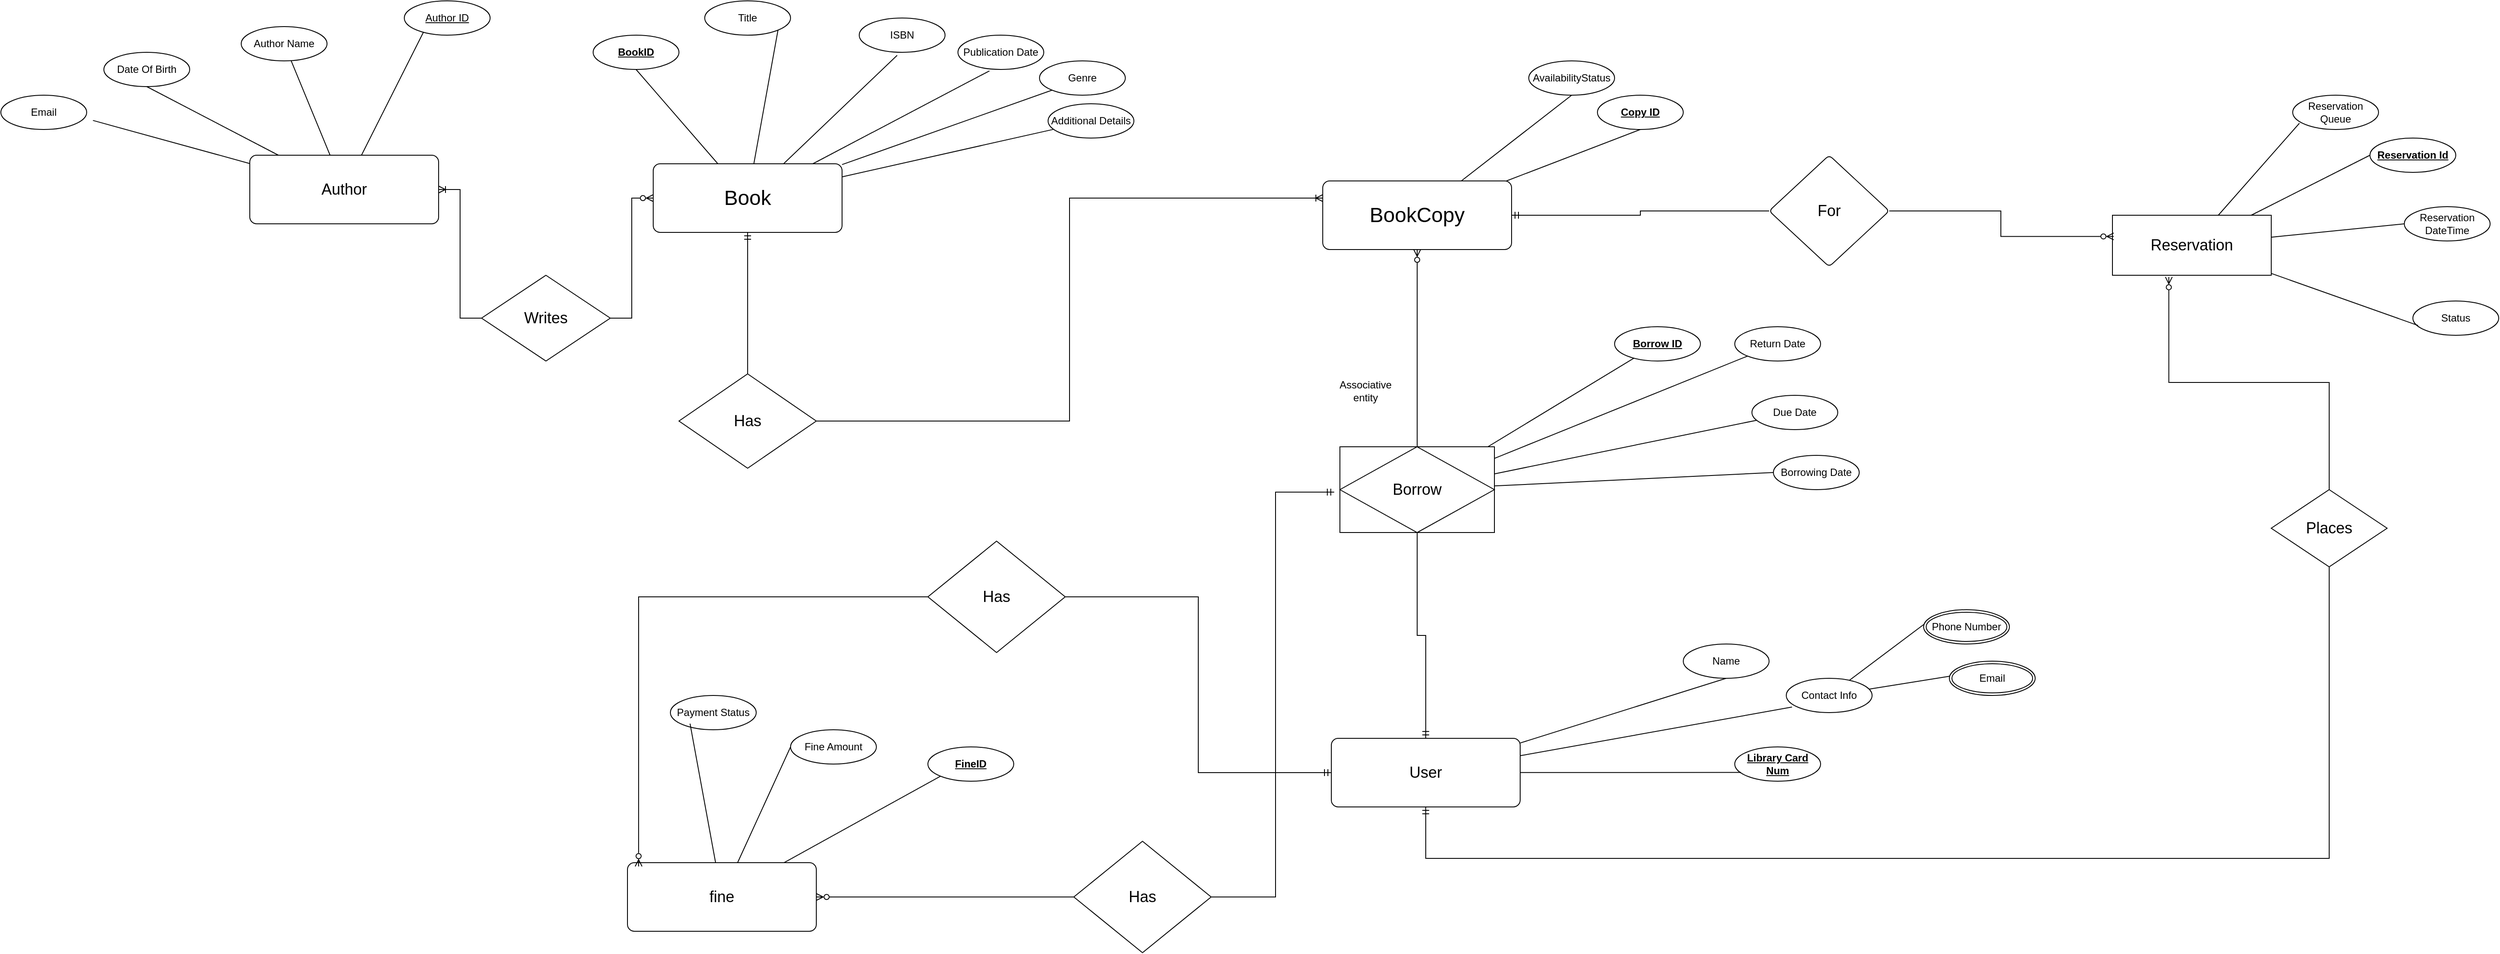
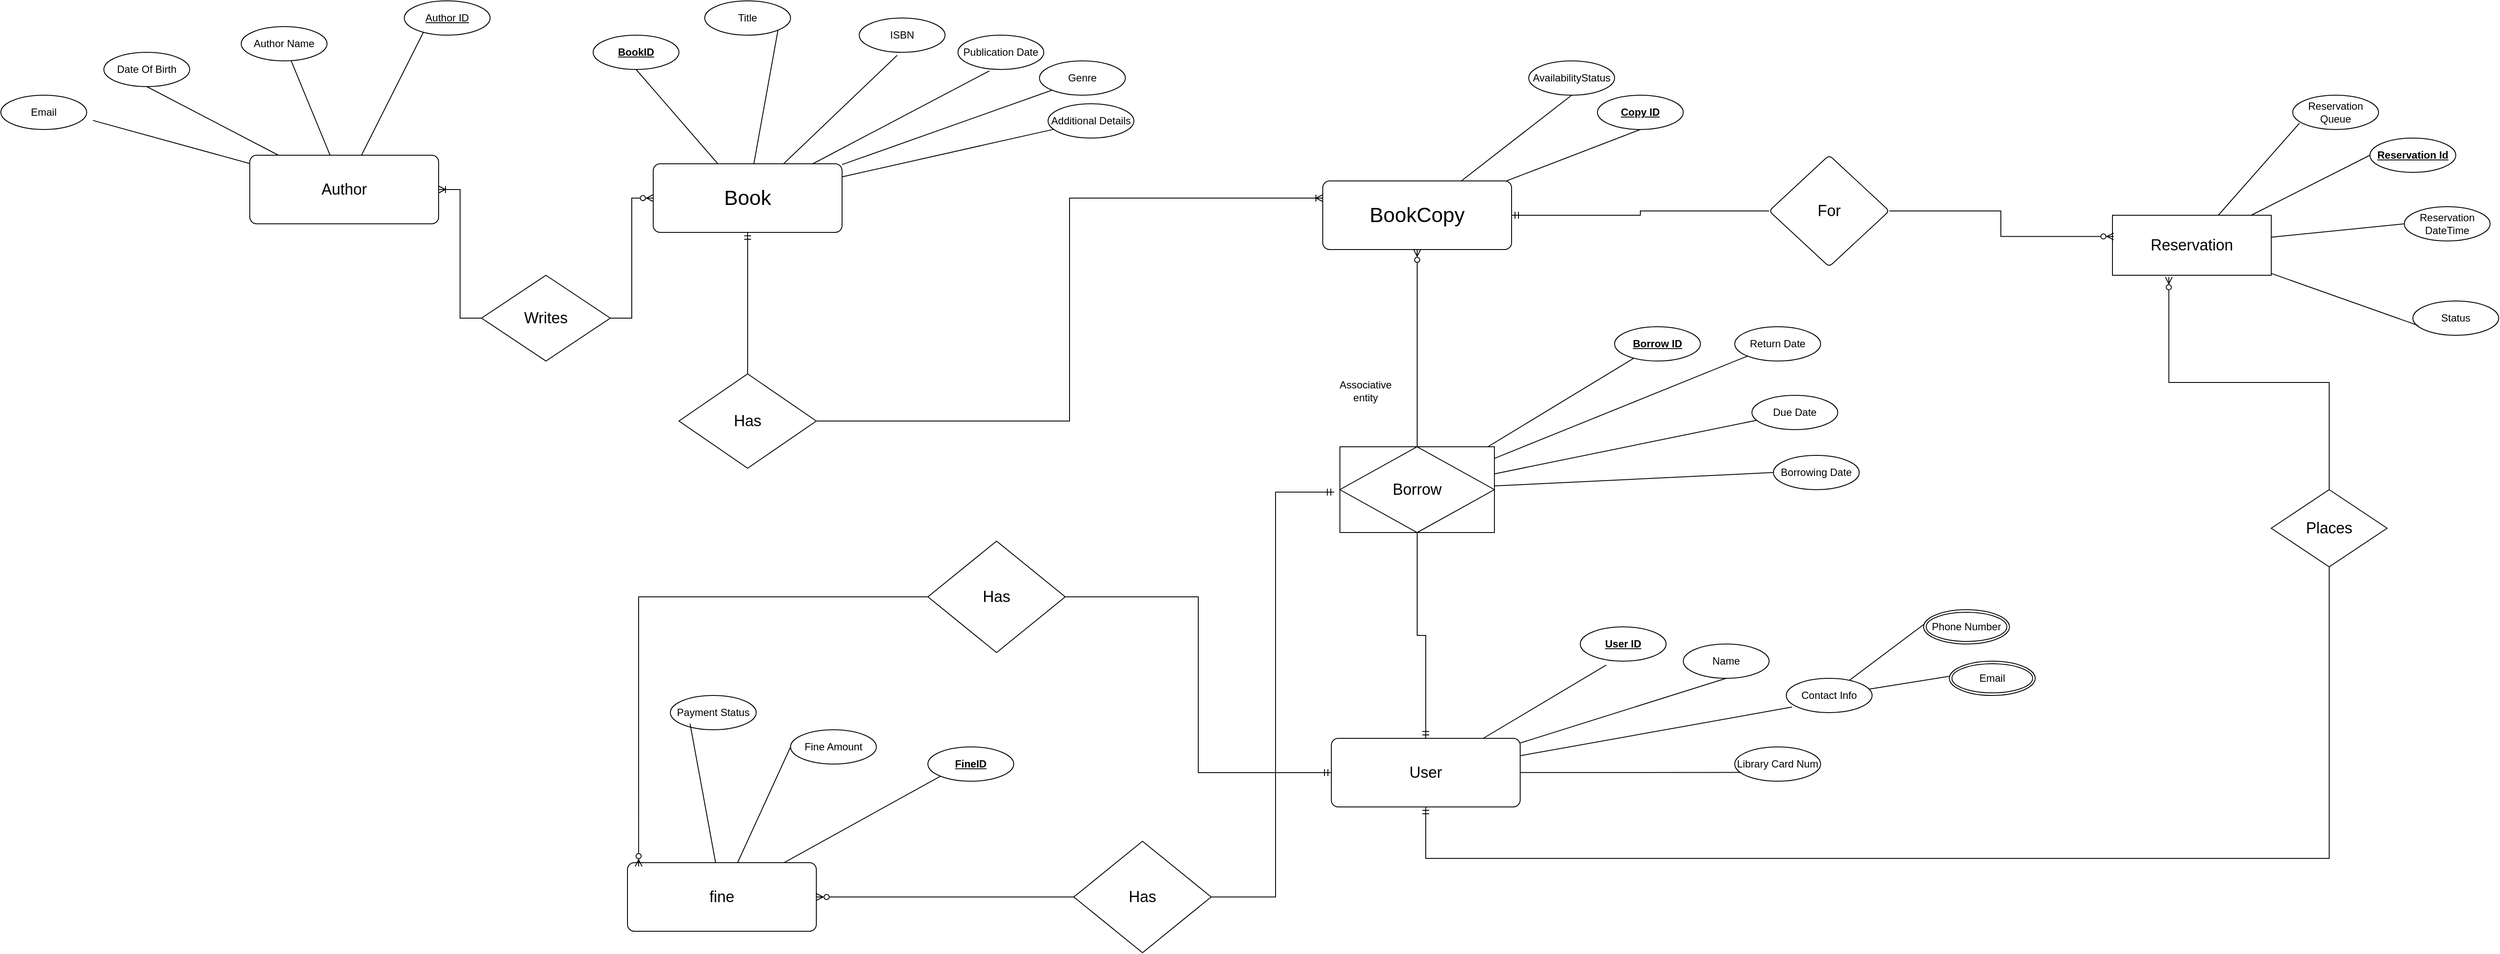
<mxfile host="app.diagrams.net">
  <diagram name="Page-1" id="B9Nwf9ZPLkXmfYra15Gt">
    <mxGraphModel dx="2284" dy="1848" grid="1" gridSize="10" guides="1" tooltips="1" connect="1" arrows="1" fold="1" page="1" pageScale="1" pageWidth="850" pageHeight="1100" math="0" shadow="0">
      <root>
        <mxCell id="0" />
        <mxCell id="1" parent="0" />
        <mxCell id="yqGJgnaFVJ7uCynHO3OM-8" edge="1" parent="1" source="yqGJgnaFVJ7uCynHO3OM-1" style="rounded=0;orthogonalLoop=1;jettySize=auto;html=1;entryX=0.5;entryY=1;entryDx=0;entryDy=0;endArrow=none;endFill=0;" target="yqGJgnaFVJ7uCynHO3OM-7">
          <mxGeometry relative="1" as="geometry" />
        </mxCell>
        <mxCell id="yqGJgnaFVJ7uCynHO3OM-9" edge="1" parent="1" source="yqGJgnaFVJ7uCynHO3OM-1" style="rounded=0;orthogonalLoop=1;jettySize=auto;html=1;entryX=1;entryY=1;entryDx=0;entryDy=0;endArrow=none;endFill=0;" target="yqGJgnaFVJ7uCynHO3OM-6">
          <mxGeometry relative="1" as="geometry" />
        </mxCell>
        <mxCell id="yqGJgnaFVJ7uCynHO3OM-14" edge="1" parent="1" source="yqGJgnaFVJ7uCynHO3OM-1" style="rounded=0;orthogonalLoop=1;jettySize=auto;html=1;entryX=0;entryY=1;entryDx=0;entryDy=0;endArrow=none;endFill=0;" target="yqGJgnaFVJ7uCynHO3OM-5">
          <mxGeometry relative="1" as="geometry" />
        </mxCell>
        <mxCell id="yqGJgnaFVJ7uCynHO3OM-16" edge="1" parent="1" source="yqGJgnaFVJ7uCynHO3OM-1" style="rounded=0;orthogonalLoop=1;jettySize=auto;html=1;endArrow=none;endFill=0;" target="yqGJgnaFVJ7uCynHO3OM-15">
          <mxGeometry relative="1" as="geometry" />
        </mxCell>
        <mxCell id="yqGJgnaFVJ7uCynHO3OM-65" edge="1" parent="1" source="yqGJgnaFVJ7uCynHO3OM-1" style="edgeStyle=orthogonalEdgeStyle;rounded=0;orthogonalLoop=1;jettySize=auto;html=1;startArrow=ERmandOne;startFill=0;endArrow=none;endFill=0;" target="yqGJgnaFVJ7uCynHO3OM-64">
          <mxGeometry relative="1" as="geometry" />
        </mxCell>
        <mxCell id="yqGJgnaFVJ7uCynHO3OM-1" parent="1" style="rounded=1;arcSize=10;whiteSpace=wrap;html=1;align=center;" value="&lt;font style=&quot;font-size: 24px;&quot;&gt;Book&lt;/font&gt;" vertex="1">
          <mxGeometry height="80" width="220" x="-30" y="110" as="geometry" />
        </mxCell>
        <mxCell id="yqGJgnaFVJ7uCynHO3OM-2" parent="1" style="ellipse;whiteSpace=wrap;html=1;align=center;" value="Author Name" vertex="1">
          <mxGeometry height="40" width="100" x="-510" y="-50" as="geometry" />
        </mxCell>
        <mxCell id="yqGJgnaFVJ7uCynHO3OM-3" parent="1" style="ellipse;whiteSpace=wrap;html=1;align=center;" value="ISBN" vertex="1">
          <mxGeometry height="40" width="100" x="210" y="-60" as="geometry" />
        </mxCell>
        <mxCell id="yqGJgnaFVJ7uCynHO3OM-4" parent="1" style="ellipse;whiteSpace=wrap;html=1;align=center;" value="Publication Date" vertex="1">
          <mxGeometry height="40" width="100" x="325" y="-40" as="geometry" />
        </mxCell>
        <mxCell id="yqGJgnaFVJ7uCynHO3OM-5" parent="1" style="ellipse;whiteSpace=wrap;html=1;align=center;" value="Genre" vertex="1">
          <mxGeometry height="40" width="100" x="420" y="-10" as="geometry" />
        </mxCell>
        <mxCell id="yqGJgnaFVJ7uCynHO3OM-6" parent="1" style="ellipse;whiteSpace=wrap;html=1;align=center;" value="Title" vertex="1">
          <mxGeometry height="40" width="100" x="30" y="-80" as="geometry" />
        </mxCell>
        <mxCell id="yqGJgnaFVJ7uCynHO3OM-7" parent="1" style="ellipse;whiteSpace=wrap;html=1;align=center;" value="&lt;b&gt;&lt;u&gt;BookID&lt;/u&gt;&lt;/b&gt;" vertex="1">
          <mxGeometry height="40" width="100" x="-100" y="-40" as="geometry" />
        </mxCell>
        <mxCell id="yqGJgnaFVJ7uCynHO3OM-12" edge="1" parent="1" source="yqGJgnaFVJ7uCynHO3OM-1" style="rounded=0;orthogonalLoop=1;jettySize=auto;html=1;entryX=0.442;entryY=1.088;entryDx=0;entryDy=0;entryPerimeter=0;endArrow=none;endFill=0;" target="yqGJgnaFVJ7uCynHO3OM-3">
          <mxGeometry relative="1" as="geometry" />
        </mxCell>
        <mxCell id="yqGJgnaFVJ7uCynHO3OM-13" edge="1" parent="1" source="yqGJgnaFVJ7uCynHO3OM-1" style="rounded=0;orthogonalLoop=1;jettySize=auto;html=1;entryX=0.367;entryY=1.041;entryDx=0;entryDy=0;entryPerimeter=0;endArrow=none;endFill=0;" target="yqGJgnaFVJ7uCynHO3OM-4">
          <mxGeometry relative="1" as="geometry" />
        </mxCell>
        <mxCell id="yqGJgnaFVJ7uCynHO3OM-15" parent="1" style="ellipse;whiteSpace=wrap;html=1;align=center;" value="&lt;div&gt;Additional Details&lt;/div&gt;" vertex="1">
          <mxGeometry height="40" width="100" x="430" y="40" as="geometry" />
        </mxCell>
        <mxCell id="yqGJgnaFVJ7uCynHO3OM-19" edge="1" parent="1" source="yqGJgnaFVJ7uCynHO3OM-17" style="rounded=0;orthogonalLoop=1;jettySize=auto;html=1;entryX=0.5;entryY=1;entryDx=0;entryDy=0;endArrow=none;endFill=0;" target="yqGJgnaFVJ7uCynHO3OM-18">
          <mxGeometry relative="1" as="geometry" />
        </mxCell>
        <mxCell id="yqGJgnaFVJ7uCynHO3OM-21" edge="1" parent="1" source="yqGJgnaFVJ7uCynHO3OM-17" style="rounded=0;orthogonalLoop=1;jettySize=auto;html=1;entryX=0.5;entryY=1;entryDx=0;entryDy=0;endArrow=none;endFill=0;" target="yqGJgnaFVJ7uCynHO3OM-20">
          <mxGeometry relative="1" as="geometry" />
        </mxCell>
        <mxCell id="yqGJgnaFVJ7uCynHO3OM-77" edge="1" parent="1" source="yqGJgnaFVJ7uCynHO3OM-17" style="edgeStyle=orthogonalEdgeStyle;rounded=0;orthogonalLoop=1;jettySize=auto;html=1;endArrow=none;endFill=0;startArrow=ERmandOne;startFill=0;" target="yqGJgnaFVJ7uCynHO3OM-76" value="">
          <mxGeometry relative="1" as="geometry" />
        </mxCell>
        <mxCell id="yqGJgnaFVJ7uCynHO3OM-17" parent="1" style="rounded=1;arcSize=10;whiteSpace=wrap;html=1;align=center;" value="&lt;font style=&quot;font-size: 24px;&quot;&gt;BookCopy&lt;/font&gt;" vertex="1">
          <mxGeometry height="80" width="220" x="750" y="130" as="geometry" />
        </mxCell>
        <mxCell id="yqGJgnaFVJ7uCynHO3OM-18" parent="1" style="ellipse;whiteSpace=wrap;html=1;align=center;" value="&lt;u&gt;&lt;b&gt;Copy ID&lt;/b&gt;&lt;/u&gt;" vertex="1">
          <mxGeometry height="40" width="100" x="1070" y="30" as="geometry" />
        </mxCell>
        <mxCell id="yqGJgnaFVJ7uCynHO3OM-20" parent="1" style="ellipse;whiteSpace=wrap;html=1;align=center;" value="&lt;div&gt;AvailabilityStatus &lt;/div&gt;" vertex="1">
          <mxGeometry height="40" width="100" x="990" y="-10" as="geometry" />
        </mxCell>
        <mxCell id="yqGJgnaFVJ7uCynHO3OM-24" edge="1" parent="1" source="yqGJgnaFVJ7uCynHO3OM-22" style="rounded=0;orthogonalLoop=1;jettySize=auto;html=1;entryX=0.5;entryY=1;entryDx=0;entryDy=0;endArrow=none;endFill=0;" target="yqGJgnaFVJ7uCynHO3OM-23">
          <mxGeometry relative="1" as="geometry" />
        </mxCell>
        <mxCell id="yqGJgnaFVJ7uCynHO3OM-62" edge="1" parent="1" source="yqGJgnaFVJ7uCynHO3OM-33" style="edgeStyle=orthogonalEdgeStyle;rounded=0;orthogonalLoop=1;jettySize=auto;html=1;entryX=1;entryY=0.5;entryDx=0;entryDy=0;endArrow=none;endFill=0;startArrow=ERmandOne;startFill=0;exitX=-0.037;exitY=0.529;exitDx=0;exitDy=0;exitPerimeter=0;" target="yqGJgnaFVJ7uCynHO3OM-61">
          <mxGeometry relative="1" as="geometry" />
        </mxCell>
        <mxCell id="yqGJgnaFVJ7uCynHO3OM-90" edge="1" parent="1" source="yqGJgnaFVJ7uCynHO3OM-22" style="edgeStyle=orthogonalEdgeStyle;rounded=0;orthogonalLoop=1;jettySize=auto;html=1;entryX=0.5;entryY=1;entryDx=0;entryDy=0;endArrow=none;endFill=0;startArrow=ERmandOne;startFill=0;" target="yqGJgnaFVJ7uCynHO3OM-89">
          <mxGeometry relative="1" as="geometry">
            <Array as="points">
              <mxPoint x="870" y="920" />
              <mxPoint x="1922.55" y="920" />
            </Array>
          </mxGeometry>
        </mxCell>
        <mxCell id="uUi9bw1wtk8PfAUnjRbH-18" edge="1" parent="1" source="yqGJgnaFVJ7uCynHO3OM-22" style="edgeStyle=orthogonalEdgeStyle;rounded=0;orthogonalLoop=1;jettySize=auto;html=1;entryX=1;entryY=0.5;entryDx=0;entryDy=0;endArrow=none;endFill=0;startArrow=ERmandOne;startFill=0;" target="uUi9bw1wtk8PfAUnjRbH-17">
          <mxGeometry relative="1" as="geometry" />
        </mxCell>
        <mxCell id="yqGJgnaFVJ7uCynHO3OM-22" parent="1" style="rounded=1;arcSize=10;whiteSpace=wrap;html=1;align=center;" value="&lt;font style=&quot;font-size: 18px;&quot;&gt;User&lt;/font&gt;" vertex="1">
          <mxGeometry height="80" width="220" x="760" y="780" as="geometry" />
        </mxCell>
        <mxCell id="yqGJgnaFVJ7uCynHO3OM-23" parent="1" style="ellipse;whiteSpace=wrap;html=1;align=center;" value="Name" vertex="1">
          <mxGeometry height="40" width="100" x="1170" y="670" as="geometry" />
        </mxCell>
        <mxCell id="yqGJgnaFVJ7uCynHO3OM-44" edge="1" parent="1" source="yqGJgnaFVJ7uCynHO3OM-26" style="rounded=0;orthogonalLoop=1;jettySize=auto;html=1;endArrow=none;endFill=0;entryX=0.005;entryY=0.425;entryDx=0;entryDy=0;entryPerimeter=0;" target="uUi9bw1wtk8PfAUnjRbH-2" value="">
          <mxGeometry relative="1" as="geometry">
            <mxPoint x="1419.6446614452443" y="658.2676115234988" as="targetPoint" />
          </mxGeometry>
        </mxCell>
        <mxCell id="yqGJgnaFVJ7uCynHO3OM-26" parent="1" style="ellipse;whiteSpace=wrap;html=1;align=center;" value="Contact Info" vertex="1">
          <mxGeometry height="40" width="100" x="1290" y="710" as="geometry" />
        </mxCell>
        <mxCell id="yqGJgnaFVJ7uCynHO3OM-29" edge="1" parent="1" source="yqGJgnaFVJ7uCynHO3OM-22" style="rounded=0;orthogonalLoop=1;jettySize=auto;html=1;entryX=0.067;entryY=0.838;entryDx=0;entryDy=0;entryPerimeter=0;endArrow=none;endFill=0;" target="yqGJgnaFVJ7uCynHO3OM-26">
          <mxGeometry relative="1" as="geometry" />
        </mxCell>
-         <mxCell id="yqGJgnaFVJ7uCynHO3OM-30" parent="1" style="ellipse;whiteSpace=wrap;html=1;align=center;" value="&lt;u&gt;&lt;b&gt;Library Card Num&lt;/b&gt;&lt;/u&gt;" vertex="1">
+         <mxCell id="yqGJgnaFVJ7uCynHO3OM-30" parent="1" style="ellipse;whiteSpace=wrap;html=1;align=center;" value="Library Card Num" vertex="1">
          <mxGeometry height="40" width="100" x="1230" y="790" as="geometry" />
        </mxCell>
        <mxCell id="yqGJgnaFVJ7uCynHO3OM-31" edge="1" parent="1" source="yqGJgnaFVJ7uCynHO3OM-22" style="rounded=0;orthogonalLoop=1;jettySize=auto;html=1;entryX=0.073;entryY=0.744;entryDx=0;entryDy=0;entryPerimeter=0;endArrow=none;endFill=0;" target="yqGJgnaFVJ7uCynHO3OM-30">
          <mxGeometry relative="1" as="geometry" />
        </mxCell>
        <mxCell id="yqGJgnaFVJ7uCynHO3OM-48" edge="1" parent="1" source="yqGJgnaFVJ7uCynHO3OM-33" style="rounded=0;orthogonalLoop=1;jettySize=auto;html=1;endArrow=none;endFill=0;" target="yqGJgnaFVJ7uCynHO3OM-40">
          <mxGeometry relative="1" as="geometry" />
        </mxCell>
        <mxCell id="yqGJgnaFVJ7uCynHO3OM-49" edge="1" parent="1" source="yqGJgnaFVJ7uCynHO3OM-33" style="rounded=0;orthogonalLoop=1;jettySize=auto;html=1;endArrow=none;endFill=0;" target="yqGJgnaFVJ7uCynHO3OM-36">
          <mxGeometry relative="1" as="geometry" />
        </mxCell>
        <mxCell id="uUi9bw1wtk8PfAUnjRbH-9" edge="1" parent="1" source="yqGJgnaFVJ7uCynHO3OM-33" style="rounded=0;orthogonalLoop=1;jettySize=auto;html=1;endArrow=none;endFill=0;" target="uUi9bw1wtk8PfAUnjRbH-8">
          <mxGeometry relative="1" as="geometry" />
        </mxCell>
        <mxCell id="yqGJgnaFVJ7uCynHO3OM-33" parent="1" style="shape=associativeEntity;whiteSpace=wrap;html=1;align=center;" value="&lt;font style=&quot;font-size: 18px;&quot;&gt;Borrow&lt;/font&gt;" vertex="1">
          <mxGeometry height="100" width="180" x="770" y="440" as="geometry" />
        </mxCell>
        <mxCell id="yqGJgnaFVJ7uCynHO3OM-36" parent="1" style="ellipse;whiteSpace=wrap;html=1;align=center;" value="Return Date" vertex="1">
          <mxGeometry height="40" width="100" x="1230" y="300" as="geometry" />
        </mxCell>
        <mxCell id="yqGJgnaFVJ7uCynHO3OM-39" parent="1" style="ellipse;whiteSpace=wrap;html=1;align=center;" value="Borrowing Date" vertex="1">
          <mxGeometry height="40" width="100" x="1275" y="450" as="geometry" />
        </mxCell>
        <mxCell id="yqGJgnaFVJ7uCynHO3OM-40" parent="1" style="ellipse;whiteSpace=wrap;html=1;align=center;" value="Due Date" vertex="1">
          <mxGeometry height="40" width="100" x="1250" y="380" as="geometry" />
        </mxCell>
        <mxCell id="yqGJgnaFVJ7uCynHO3OM-46" edge="1" parent="1" source="yqGJgnaFVJ7uCynHO3OM-26" style="rounded=0;orthogonalLoop=1;jettySize=auto;html=1;entryX=0.063;entryY=0.415;entryDx=0;entryDy=0;entryPerimeter=0;endArrow=none;endFill=0;" target="uUi9bw1wtk8PfAUnjRbH-1">
          <mxGeometry relative="1" as="geometry">
            <mxPoint x="1509.1999999999998" y="696.6399999999999" as="targetPoint" />
          </mxGeometry>
        </mxCell>
        <mxCell id="yqGJgnaFVJ7uCynHO3OM-47" edge="1" parent="1" source="yqGJgnaFVJ7uCynHO3OM-33" style="rounded=0;orthogonalLoop=1;jettySize=auto;html=1;entryX=0;entryY=0.5;entryDx=0;entryDy=0;endArrow=none;endFill=0;" target="yqGJgnaFVJ7uCynHO3OM-39">
          <mxGeometry relative="1" as="geometry" />
        </mxCell>
        <mxCell id="yqGJgnaFVJ7uCynHO3OM-54" edge="1" parent="1" source="yqGJgnaFVJ7uCynHO3OM-50" style="rounded=0;orthogonalLoop=1;jettySize=auto;html=1;entryX=0;entryY=0.5;entryDx=0;entryDy=0;endArrow=none;endFill=0;" target="yqGJgnaFVJ7uCynHO3OM-53">
          <mxGeometry relative="1" as="geometry" />
        </mxCell>
        <mxCell id="yqGJgnaFVJ7uCynHO3OM-87" edge="1" parent="1" source="yqGJgnaFVJ7uCynHO3OM-50" style="rounded=0;orthogonalLoop=1;jettySize=auto;html=1;entryX=0;entryY=1;entryDx=0;entryDy=0;endArrow=none;endFill=0;" target="yqGJgnaFVJ7uCynHO3OM-86">
          <mxGeometry relative="1" as="geometry" />
        </mxCell>
        <mxCell id="yqGJgnaFVJ7uCynHO3OM-50" parent="1" style="rounded=1;arcSize=10;whiteSpace=wrap;html=1;align=center;" value="&lt;font style=&quot;font-size: 18px;&quot;&gt;fine&lt;/font&gt;" vertex="1">
          <mxGeometry height="80" width="220" x="-60" y="925" as="geometry" />
        </mxCell>
        <mxCell id="yqGJgnaFVJ7uCynHO3OM-51" parent="1" style="ellipse;whiteSpace=wrap;html=1;align=center;" value="Payment Status" vertex="1">
          <mxGeometry height="40" width="100" x="-10" y="730" as="geometry" />
        </mxCell>
        <mxCell id="yqGJgnaFVJ7uCynHO3OM-52" edge="1" parent="1" source="yqGJgnaFVJ7uCynHO3OM-50" style="rounded=0;orthogonalLoop=1;jettySize=auto;html=1;entryX=0.229;entryY=0.822;entryDx=0;entryDy=0;entryPerimeter=0;endArrow=none;endFill=0;" target="yqGJgnaFVJ7uCynHO3OM-51">
          <mxGeometry relative="1" as="geometry" />
        </mxCell>
        <mxCell id="yqGJgnaFVJ7uCynHO3OM-53" parent="1" style="ellipse;whiteSpace=wrap;html=1;align=center;" value="Fine Amount" vertex="1">
          <mxGeometry height="40" width="100" x="130" y="770" as="geometry" />
        </mxCell>
        <mxCell id="yqGJgnaFVJ7uCynHO3OM-57" edge="1" parent="1" source="yqGJgnaFVJ7uCynHO3OM-22" style="edgeStyle=orthogonalEdgeStyle;rounded=0;orthogonalLoop=1;jettySize=auto;html=1;entryX=0.5;entryY=1;entryDx=0;entryDy=0;endArrow=none;endFill=0;startArrow=ERmandOne;startFill=0;" target="yqGJgnaFVJ7uCynHO3OM-33">
          <mxGeometry relative="1" as="geometry" />
        </mxCell>
        <mxCell id="yqGJgnaFVJ7uCynHO3OM-59" edge="1" parent="1" source="yqGJgnaFVJ7uCynHO3OM-17" style="edgeStyle=orthogonalEdgeStyle;rounded=0;orthogonalLoop=1;jettySize=auto;html=1;entryX=0.5;entryY=0;entryDx=0;entryDy=0;endArrow=none;endFill=0;startArrow=ERzeroToMany;startFill=0;" target="yqGJgnaFVJ7uCynHO3OM-33">
          <mxGeometry relative="1" as="geometry" />
        </mxCell>
        <mxCell id="yqGJgnaFVJ7uCynHO3OM-63" edge="1" parent="1" source="yqGJgnaFVJ7uCynHO3OM-61" style="edgeStyle=orthogonalEdgeStyle;rounded=0;orthogonalLoop=1;jettySize=auto;html=1;entryX=1;entryY=0.5;entryDx=0;entryDy=0;endArrow=ERzeroToMany;endFill=0;startArrow=none;startFill=0;" target="yqGJgnaFVJ7uCynHO3OM-50">
          <mxGeometry relative="1" as="geometry" />
        </mxCell>
        <mxCell id="yqGJgnaFVJ7uCynHO3OM-61" parent="1" style="shape=rhombus;perimeter=rhombusPerimeter;whiteSpace=wrap;html=1;align=center;" value="&lt;font style=&quot;font-size: 18px;&quot;&gt;Has&lt;/font&gt;" vertex="1">
          <mxGeometry height="130" width="160" x="460" y="900" as="geometry" />
        </mxCell>
        <mxCell id="yqGJgnaFVJ7uCynHO3OM-66" edge="1" parent="1" source="yqGJgnaFVJ7uCynHO3OM-64" style="edgeStyle=orthogonalEdgeStyle;rounded=0;orthogonalLoop=1;jettySize=auto;html=1;entryX=0;entryY=0.25;entryDx=0;entryDy=0;endArrow=ERoneToMany;endFill=0;" target="yqGJgnaFVJ7uCynHO3OM-17">
          <mxGeometry relative="1" as="geometry" />
        </mxCell>
        <mxCell id="yqGJgnaFVJ7uCynHO3OM-64" parent="1" style="shape=rhombus;perimeter=rhombusPerimeter;whiteSpace=wrap;html=1;align=center;" value="&lt;font style=&quot;font-size: 18px;&quot;&gt;Has&lt;/font&gt;" vertex="1">
          <mxGeometry height="110" width="160" y="355" as="geometry" />
        </mxCell>
        <mxCell id="yqGJgnaFVJ7uCynHO3OM-70" edge="1" parent="1" source="yqGJgnaFVJ7uCynHO3OM-68" style="rounded=0;orthogonalLoop=1;jettySize=auto;html=1;entryX=0;entryY=0.5;entryDx=0;entryDy=0;endArrow=none;endFill=0;" target="yqGJgnaFVJ7uCynHO3OM-69">
          <mxGeometry relative="1" as="geometry" />
        </mxCell>
        <mxCell id="yqGJgnaFVJ7uCynHO3OM-68" parent="1" style="whiteSpace=wrap;html=1;" value="&lt;font style=&quot;font-size: 18px;&quot;&gt;Reservation&lt;/font&gt;" vertex="1">
          <mxGeometry height="70" width="185" x="1670" y="170" as="geometry" />
        </mxCell>
        <mxCell id="yqGJgnaFVJ7uCynHO3OM-69" parent="1" style="ellipse;whiteSpace=wrap;html=1;align=center;" value="&lt;b&gt;&lt;u&gt;Reservation Id&lt;/u&gt;&lt;/b&gt;" vertex="1">
          <mxGeometry height="40" width="100" x="1970" y="80" as="geometry" />
        </mxCell>
        <mxCell id="yqGJgnaFVJ7uCynHO3OM-71" parent="1" style="ellipse;whiteSpace=wrap;html=1;align=center;" value="Reservation DateTime" vertex="1">
          <mxGeometry height="40" width="100" x="2010" y="160" as="geometry" />
        </mxCell>
        <mxCell id="yqGJgnaFVJ7uCynHO3OM-72" edge="1" parent="1" source="yqGJgnaFVJ7uCynHO3OM-68" style="rounded=0;orthogonalLoop=1;jettySize=auto;html=1;entryX=0;entryY=0.5;entryDx=0;entryDy=0;endArrow=none;endFill=0;" target="yqGJgnaFVJ7uCynHO3OM-71">
          <mxGeometry relative="1" as="geometry" />
        </mxCell>
        <mxCell id="yqGJgnaFVJ7uCynHO3OM-74" parent="1" style="ellipse;whiteSpace=wrap;html=1;align=center;" value="Status" vertex="1">
          <mxGeometry height="40" width="100" x="2020" y="270" as="geometry" />
        </mxCell>
        <mxCell id="yqGJgnaFVJ7uCynHO3OM-75" edge="1" parent="1" source="yqGJgnaFVJ7uCynHO3OM-68" style="rounded=0;orthogonalLoop=1;jettySize=auto;html=1;entryX=0.061;entryY=0.714;entryDx=0;entryDy=0;entryPerimeter=0;endArrow=none;endFill=0;" target="yqGJgnaFVJ7uCynHO3OM-74">
          <mxGeometry relative="1" as="geometry" />
        </mxCell>
        <mxCell id="yqGJgnaFVJ7uCynHO3OM-76" parent="1" style="rhombus;whiteSpace=wrap;html=1;rounded=1;arcSize=10;" value="&lt;font style=&quot;font-size: 18px;&quot;&gt;For&lt;/font&gt;" vertex="1">
          <mxGeometry height="130" width="140" x="1270" y="100" as="geometry" />
        </mxCell>
        <mxCell id="yqGJgnaFVJ7uCynHO3OM-78" edge="1" parent="1" source="yqGJgnaFVJ7uCynHO3OM-76" style="edgeStyle=orthogonalEdgeStyle;rounded=0;orthogonalLoop=1;jettySize=auto;html=1;entryX=0.008;entryY=0.353;entryDx=0;entryDy=0;entryPerimeter=0;endArrow=ERzeroToMany;endFill=0;" target="yqGJgnaFVJ7uCynHO3OM-68">
          <mxGeometry relative="1" as="geometry" />
        </mxCell>
        <mxCell id="yqGJgnaFVJ7uCynHO3OM-80" edge="1" parent="1" source="yqGJgnaFVJ7uCynHO3OM-79" style="rounded=0;orthogonalLoop=1;jettySize=auto;html=1;endArrow=none;endFill=0;" target="yqGJgnaFVJ7uCynHO3OM-2">
          <mxGeometry relative="1" as="geometry" />
        </mxCell>
        <mxCell id="yqGJgnaFVJ7uCynHO3OM-84" edge="1" parent="1" source="yqGJgnaFVJ7uCynHO3OM-79" style="edgeStyle=orthogonalEdgeStyle;rounded=0;orthogonalLoop=1;jettySize=auto;html=1;entryX=0;entryY=0.5;entryDx=0;entryDy=0;endArrow=none;endFill=0;startArrow=ERoneToMany;startFill=0;" target="yqGJgnaFVJ7uCynHO3OM-83">
          <mxGeometry relative="1" as="geometry" />
        </mxCell>
        <mxCell id="uUi9bw1wtk8PfAUnjRbH-12" edge="1" parent="1" source="yqGJgnaFVJ7uCynHO3OM-79" style="rounded=0;orthogonalLoop=1;jettySize=auto;html=1;entryX=0.5;entryY=1;entryDx=0;entryDy=0;endArrow=none;endFill=0;" target="uUi9bw1wtk8PfAUnjRbH-11">
          <mxGeometry relative="1" as="geometry" />
        </mxCell>
        <mxCell id="yqGJgnaFVJ7uCynHO3OM-79" parent="1" style="rounded=1;arcSize=10;whiteSpace=wrap;html=1;align=center;" value="&lt;font style=&quot;font-size: 18px;&quot;&gt;Author&lt;/font&gt;" vertex="1">
          <mxGeometry height="80" width="220" x="-500" y="100" as="geometry" />
        </mxCell>
        <mxCell id="yqGJgnaFVJ7uCynHO3OM-81" parent="1" style="ellipse;whiteSpace=wrap;html=1;align=center;" value="&lt;u&gt;Author ID&lt;/u&gt;" vertex="1">
          <mxGeometry height="40" width="100" x="-320" y="-80" as="geometry" />
        </mxCell>
        <mxCell id="yqGJgnaFVJ7uCynHO3OM-82" edge="1" parent="1" source="yqGJgnaFVJ7uCynHO3OM-79" style="rounded=0;orthogonalLoop=1;jettySize=auto;html=1;entryX=0.222;entryY=0.918;entryDx=0;entryDy=0;entryPerimeter=0;endArrow=none;endFill=0;" target="yqGJgnaFVJ7uCynHO3OM-81">
          <mxGeometry relative="1" as="geometry" />
        </mxCell>
        <mxCell id="yqGJgnaFVJ7uCynHO3OM-85" edge="1" parent="1" source="yqGJgnaFVJ7uCynHO3OM-83" style="edgeStyle=orthogonalEdgeStyle;rounded=0;orthogonalLoop=1;jettySize=auto;html=1;entryX=0;entryY=0.5;entryDx=0;entryDy=0;endArrow=ERzeroToMany;endFill=0;" target="yqGJgnaFVJ7uCynHO3OM-1">
          <mxGeometry relative="1" as="geometry" />
        </mxCell>
        <mxCell id="yqGJgnaFVJ7uCynHO3OM-83" parent="1" style="shape=rhombus;perimeter=rhombusPerimeter;whiteSpace=wrap;html=1;align=center;" value="&lt;font style=&quot;font-size: 18px;&quot;&gt;Writes&lt;/font&gt;" vertex="1">
          <mxGeometry height="100" width="150" x="-230" y="240" as="geometry" />
        </mxCell>
        <mxCell id="yqGJgnaFVJ7uCynHO3OM-86" parent="1" style="ellipse;whiteSpace=wrap;html=1;align=center;" value="&lt;b&gt;&lt;u&gt;FineID&lt;/u&gt;&lt;/b&gt;" vertex="1">
          <mxGeometry height="40" width="100" x="290" y="790" as="geometry" />
        </mxCell>
        <mxCell id="yqGJgnaFVJ7uCynHO3OM-89" parent="1" style="shape=rhombus;perimeter=rhombusPerimeter;whiteSpace=wrap;html=1;align=center;" value="&lt;font style=&quot;font-size: 18px;&quot;&gt;Places&lt;/font&gt;" vertex="1">
          <mxGeometry height="90" width="135" x="1855" y="490" as="geometry" />
        </mxCell>
        <mxCell id="yqGJgnaFVJ7uCynHO3OM-91" edge="1" parent="1" source="yqGJgnaFVJ7uCynHO3OM-89" style="edgeStyle=orthogonalEdgeStyle;rounded=0;orthogonalLoop=1;jettySize=auto;html=1;entryX=0.355;entryY=1.028;entryDx=0;entryDy=0;entryPerimeter=0;endArrow=ERzeroToMany;endFill=0;startArrow=none;startFill=0;" target="yqGJgnaFVJ7uCynHO3OM-68">
          <mxGeometry relative="1" as="geometry" />
        </mxCell>
        <mxCell id="uUi9bw1wtk8PfAUnjRbH-1" parent="1" style="ellipse;shape=doubleEllipse;margin=3;whiteSpace=wrap;html=1;align=center;" value="Email" vertex="1">
          <mxGeometry height="40" width="100" x="1480" y="690" as="geometry" />
        </mxCell>
        <mxCell id="uUi9bw1wtk8PfAUnjRbH-2" parent="1" style="ellipse;shape=doubleEllipse;margin=3;whiteSpace=wrap;html=1;align=center;" value="Phone Number" vertex="1">
          <mxGeometry height="40" width="100" x="1450" y="630" as="geometry" />
        </mxCell>
        <mxCell id="uUi9bw1wtk8PfAUnjRbH-3" parent="1" style="ellipse;whiteSpace=wrap;html=1;align=center;" value="Reservation Queue" vertex="1">
          <mxGeometry height="40" width="100" x="1880" y="30" as="geometry" />
        </mxCell>
        <mxCell id="uUi9bw1wtk8PfAUnjRbH-4" edge="1" parent="1" source="yqGJgnaFVJ7uCynHO3OM-68" style="rounded=0;orthogonalLoop=1;jettySize=auto;html=1;entryX=0.078;entryY=0.819;entryDx=0;entryDy=0;entryPerimeter=0;endArrow=none;endFill=0;" target="uUi9bw1wtk8PfAUnjRbH-3">
          <mxGeometry relative="1" as="geometry" />
        </mxCell>
        <mxCell id="uUi9bw1wtk8PfAUnjRbH-8" parent="1" style="ellipse;whiteSpace=wrap;html=1;align=center;" value="&lt;b&gt;&lt;u&gt;Borrow ID&lt;/u&gt;&lt;/b&gt;" vertex="1">
          <mxGeometry height="40" width="100" x="1090" y="300" as="geometry" />
        </mxCell>
        <mxCell id="uUi9bw1wtk8PfAUnjRbH-10" parent="1" style="text;html=1;whiteSpace=wrap;strokeColor=none;fillColor=none;align=center;verticalAlign=middle;rounded=0;" value="Associative entity" vertex="1">
          <mxGeometry height="30" width="60" x="770" y="360" as="geometry" />
        </mxCell>
        <mxCell id="uUi9bw1wtk8PfAUnjRbH-11" parent="1" style="ellipse;whiteSpace=wrap;html=1;align=center;" value="Date Of Birth" vertex="1">
          <mxGeometry height="40" width="100" x="-670" y="-20" as="geometry" />
        </mxCell>
        <mxCell id="uUi9bw1wtk8PfAUnjRbH-13" parent="1" style="ellipse;whiteSpace=wrap;html=1;align=center;" value="Email" vertex="1">
          <mxGeometry height="40" width="100" x="-790" y="30" as="geometry" />
        </mxCell>
        <mxCell id="uUi9bw1wtk8PfAUnjRbH-14" edge="1" parent="1" source="yqGJgnaFVJ7uCynHO3OM-79" style="rounded=0;orthogonalLoop=1;jettySize=auto;html=1;entryX=1.073;entryY=0.736;entryDx=0;entryDy=0;entryPerimeter=0;endArrow=none;endFill=0;" target="uUi9bw1wtk8PfAUnjRbH-13">
          <mxGeometry relative="1" as="geometry" />
        </mxCell>
        <mxCell id="uUi9bw1wtk8PfAUnjRbH-17" parent="1" style="shape=rhombus;perimeter=rhombusPerimeter;whiteSpace=wrap;html=1;align=center;" value="&lt;font style=&quot;font-size: 18px;&quot;&gt;Has&lt;/font&gt;" vertex="1">
          <mxGeometry height="130" width="160" x="290" y="550" as="geometry" />
        </mxCell>
        <mxCell id="uUi9bw1wtk8PfAUnjRbH-19" edge="1" parent="1" source="uUi9bw1wtk8PfAUnjRbH-17" style="edgeStyle=orthogonalEdgeStyle;rounded=0;orthogonalLoop=1;jettySize=auto;html=1;entryX=0.059;entryY=0.055;entryDx=0;entryDy=0;entryPerimeter=0;endArrow=ERzeroToMany;endFill=0;" target="yqGJgnaFVJ7uCynHO3OM-50">
          <mxGeometry relative="1" as="geometry" />
        </mxCell>
+         <mxCell id="uUi9bw1wtk8PfAUnjRbH-20" parent="1" style="ellipse;whiteSpace=wrap;html=1;align=center;" value="&lt;b&gt;&lt;u&gt;User ID&lt;/u&gt;&lt;/b&gt;" vertex="1">
+           <mxGeometry height="40" width="100" x="1050" y="650" as="geometry" />
+         </mxCell>
+         <mxCell id="uUi9bw1wtk8PfAUnjRbH-21" edge="1" parent="1" source="yqGJgnaFVJ7uCynHO3OM-22" style="rounded=0;orthogonalLoop=1;jettySize=auto;html=1;entryX=0.302;entryY=1.113;entryDx=0;entryDy=0;entryPerimeter=0;endArrow=none;endFill=0;" target="uUi9bw1wtk8PfAUnjRbH-20">
+           <mxGeometry relative="1" as="geometry" />
+         </mxCell>
      </root>
    </mxGraphModel>
  </diagram>
</mxfile>
